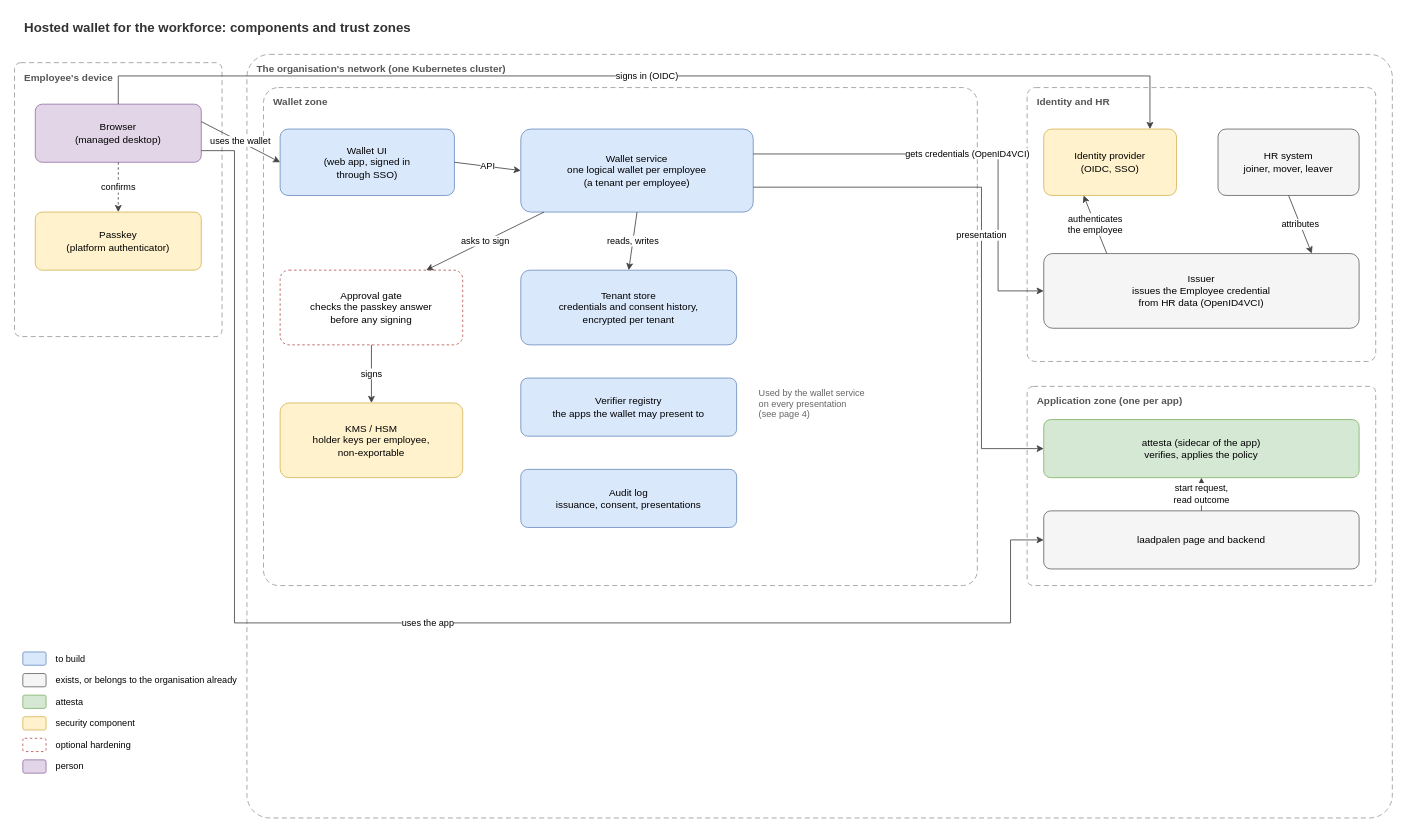
Above: page "1 Containers" (1 of 4) of docs/architecture/hosted-wallet.drawio in threehook/attesta (draw.io), before the change. Source tidied: cells renumbered, new cells numbered last; positions are measured from the earlier drawing's top-left corner, leaving out a move shared by most shapes. Both pictures are drawn from the tidied source at 83%, with x=0, y=0 at pixel (14, 14).
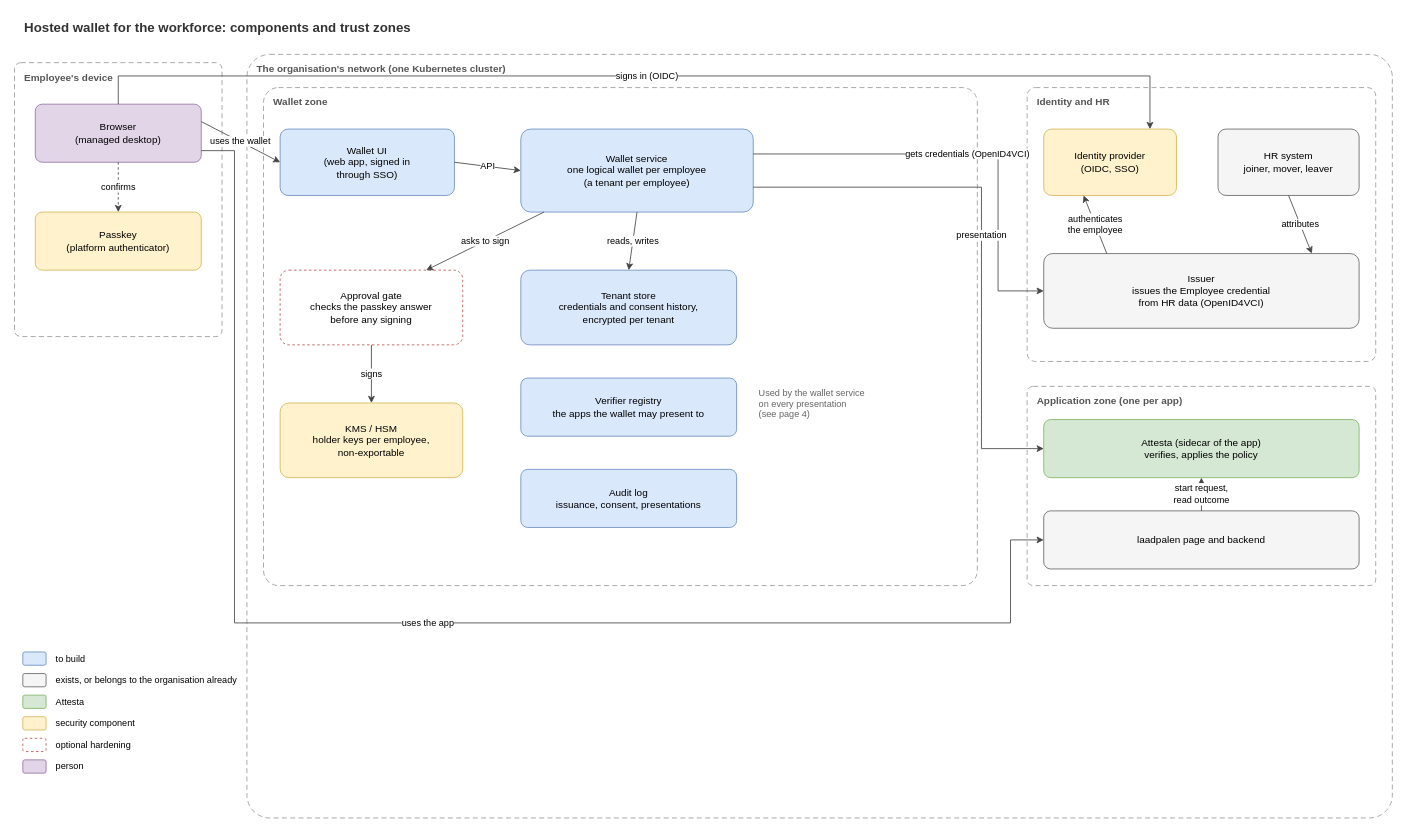
The same diagram, later.

Commit message (it also covers changes not shown here):
Write Attesta with a capital in the architecture diagrams

Change to the diagram source:
```diff
@@
-    <mxCell id="22" value="attesta (sidecar of the app)&lt;br&gt;verifies, applies the policy" style="rounded=1;whiteSpace=wrap;html=1;fillColor=#d5e8d4;strokeColor=#82b366;arcSize=12;" parent="1" vertex="1">
+    <mxCell id="22" value="Attesta (sidecar of the app)&lt;br&gt;verifies, applies the policy" style="rounded=1;whiteSpace=wrap;html=1;fillColor=#d5e8d4;strokeColor=#82b366;arcSize=12;" parent="1" vertex="1">
       <mxGeometry x="1240" y="488" width="380" height="70" as="geometry" />
     </mxCell>
@@
-    <mxCell id="41" value="attesta" style="text;html=1;align=left;fontSize=11;verticalAlign=middle;" parent="1" vertex="1">
+    <mxCell id="41" value="Attesta" style="text;html=1;align=left;fontSize=11;verticalAlign=middle;" parent="1" vertex="1">
       <mxGeometry x="48" y="817" width="330" height="22" as="geometry" />
     </mxCell>
```
